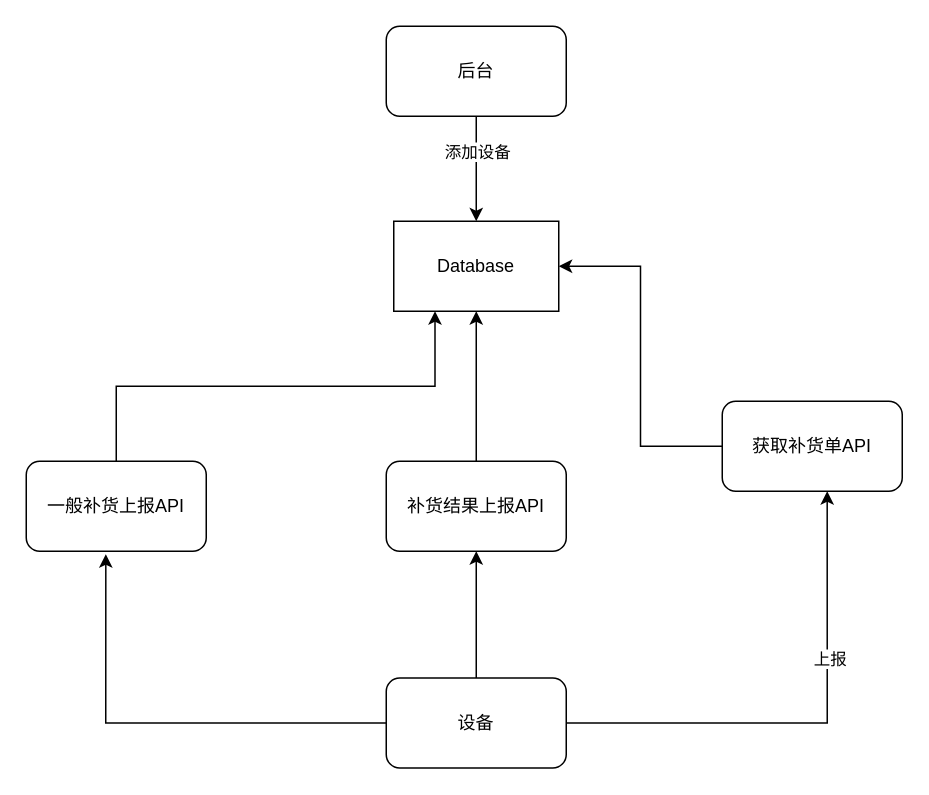
Above: 归还API.drawio in mandarenmanman/apidoc (draw.io), before the change. Source tidied: cells renumbered, new cells numbered last; positions are measured from the earlier drawing's top-left corner, leaving out a move shared by most shapes. Both pictures are drawn from the tidied source at 150%, with x=0, y=0 at pixel (26, 26).
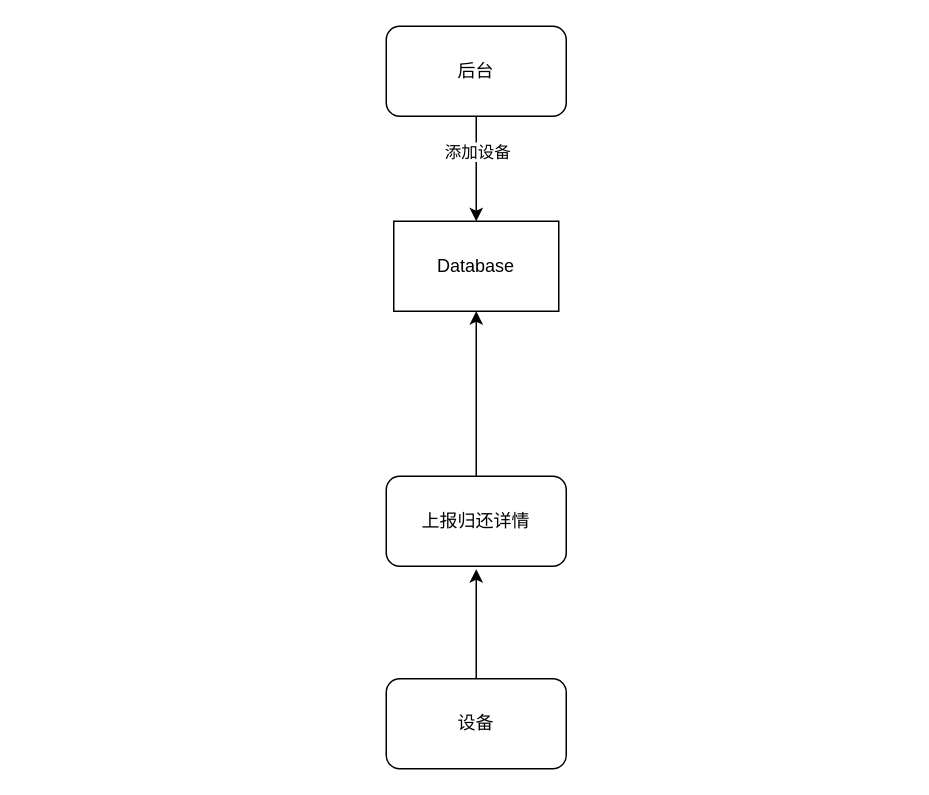
Above is the later version.

Change to the diagram source:
```diff
@@
 <mxGraphModel>
   <root>
     <mxCell id="0" />
     <mxCell id="1" parent="0" />
     <mxCell id="2" value="后台" style="rounded=1;whiteSpace=wrap;html=1;" parent="1" vertex="1">
       <mxGeometry x="240" width="120" height="60" as="geometry" />
     </mxCell>
     <mxCell id="3" value="Database" style="rounded=0;whiteSpace=wrap;html=1;" parent="1" vertex="1">
       <mxGeometry x="245" y="130" width="110" height="60" as="geometry" />
     </mxCell>
     <mxCell id="4" style="endArrow=classic;html=1;exitX=0.5;exitY=1;exitDx=0;exitDy=0;" parent="1" edge="1" source="2" target="3">
       <mxGeometry relative="1" as="geometry" />
     </mxCell>
     <mxCell id="5" value="添加设备" style="edgeLabel;html=1;align=center;verticalAlign=middle;" parent="4" vertex="1">
       <mxGeometry x="-0.34" relative="1" as="geometry" />
     </mxCell>
-    <mxCell id="6" style="edgeStyle=orthogonalEdgeStyle;rounded=0;jettySize=auto;html=1;exitX=1;exitY=0.5;exitDx=0;exitDy=0;entryX=0.583;entryY=1;entryDx=0;entryDy=0;entryPerimeter=0;" parent="1" edge="1" source="9" target="14">
-      <mxGeometry relative="1" as="geometry" />
-    </mxCell>
-    <mxCell id="7" value="上报" style="edgeLabel;html=1;align=center;verticalAlign=middle;" parent="6" vertex="1">
-      <mxGeometry x="0.32" y="-2" relative="1" as="geometry" />
-    </mxCell>
-    <mxCell id="8" style="edgeStyle=orthogonalEdgeStyle;rounded=0;jettySize=auto;html=1;entryX=0.442;entryY=1.033;entryDx=0;entryDy=0;entryPerimeter=0;" parent="1" edge="1" source="9" target="16">
-      <mxGeometry relative="1" as="geometry" />
+    <mxCell id="8" style="edgeStyle=orthogonalEdgeStyle;rounded=0;jettySize=auto;html=1;" parent="1" edge="1" source="9">
+      <mxGeometry relative="1" as="geometry">
+        <mxPoint x="300" y="362" as="targetPoint" />
+      </mxGeometry>
     </mxCell>
     <mxCell id="9" value="设备" style="rounded=1;whiteSpace=wrap;html=1;" parent="1" vertex="1">
-      <mxGeometry x="240" y="434.5" width="120" height="60" as="geometry" />
+      <mxGeometry x="240" y="435" width="120" height="60" as="geometry" />
     </mxCell>
-    <mxCell id="10" style="edgeStyle=orthogonalEdgeStyle;rounded=0;jettySize=auto;html=1;exitX=0.5;exitY=0;exitDx=0;exitDy=0;entryX=0.5;entryY=1;entryDx=0;entryDy=0;" parent="1" edge="1" source="11" target="3">
-      <mxGeometry relative="1" as="geometry" />
-    </mxCell>
-    <mxCell id="11" value="补货结果上报API" style="rounded=1;whiteSpace=wrap;html=1;" parent="1" vertex="1">
-      <mxGeometry x="240" y="290" width="120" height="60" as="geometry" />
-    </mxCell>
-    <mxCell id="12" style="endArrow=classic;html=1;exitX=0.5;exitY=0;exitDx=0;exitDy=0;" parent="1" edge="1" source="9" target="11">
-      <mxGeometry relative="1" as="geometry" />
-    </mxCell>
-    <mxCell id="13" style="edgeStyle=orthogonalEdgeStyle;rounded=0;jettySize=auto;html=1;exitX=0;exitY=0.5;exitDx=0;exitDy=0;entryX=1;entryY=0.5;entryDx=0;entryDy=0;" parent="1" edge="1" source="14" target="3">
-      <mxGeometry relative="1" as="geometry" />
-    </mxCell>
-    <mxCell id="14" value="获取补货单API" style="rounded=1;whiteSpace=wrap;html=1;" parent="1" vertex="1">
-      <mxGeometry x="464" y="250" width="120" height="60" as="geometry" />
-    </mxCell>
-    <mxCell id="15" style="edgeStyle=orthogonalEdgeStyle;rounded=0;jettySize=auto;html=1;exitX=0.5;exitY=0;exitDx=0;exitDy=0;entryX=0.25;entryY=1;entryDx=0;entryDy=0;" parent="1" edge="1" source="16" target="3">
+    <mxCell id="15" style="edgeStyle=orthogonalEdgeStyle;rounded=0;jettySize=auto;html=1;exitX=0.5;exitY=0;exitDx=0;exitDy=0;entryX=0.5;entryY=1;entryDx=0;entryDy=0;" parent="1" edge="1" source="16" target="3">
       <mxGeometry relative="1" as="geometry" />
     </mxCell>
-    <mxCell id="16" value="一般补货上报API" style="rounded=1;whiteSpace=wrap;html=1;" parent="1" vertex="1">
-      <mxGeometry y="290" width="120" height="60" as="geometry" />
+    <mxCell id="16" value="上报归还详情" style="rounded=1;whiteSpace=wrap;html=1;" parent="1" vertex="1">
+      <mxGeometry x="240" y="300" width="120" height="60" as="geometry" />
     </mxCell>
   </root>
 </mxGraphModel>
```
